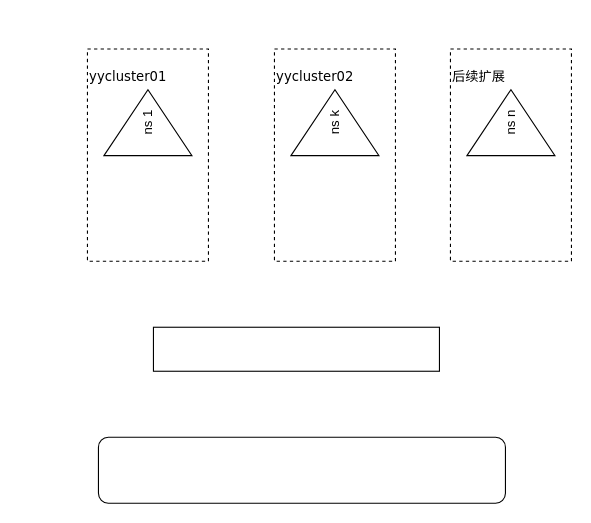
This is dir1/hadoop-hdfs-v1.drawio from liangrui1988/diagrams, a draw.io file, before an edit. Source tidied: cells renumbered, new cells numbered last; positions are measured from the earlier drawing's top-left corner, leaving out a move shared by most shapes. Both pictures are drawn from the tidied source at 110%, with x=0, y=0 at pixel (87, 48).
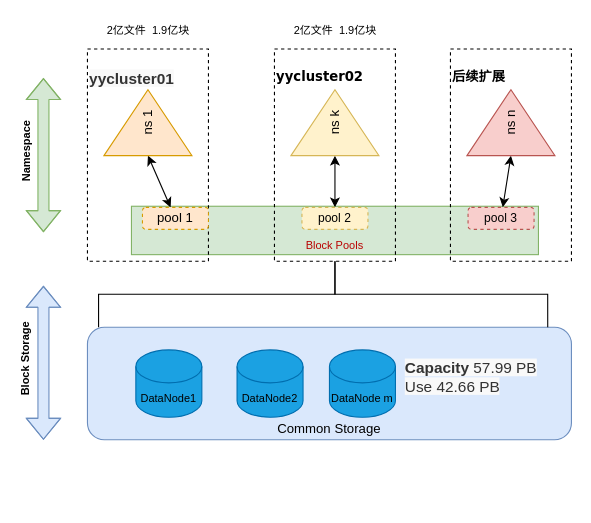
The same page after the edit.

Diff of the diagram source:
```diff
@@
+    <mxCell id="5" value="&lt;font style=&quot;font-size: 10px&quot; color=&quot;rgba(0, 0, 0, 0)&quot;&gt;Block Pools&lt;/font&gt;" style="rounded=0;whiteSpace=wrap;html=1;verticalAlign=bottom;fontSize=10;fillColor=#d5e8d4;strokeColor=#82b366;" parent="1" vertex="1">
+      <mxGeometry x="40" y="143" width="370" height="44" as="geometry" />
+    </mxCell>
-    <mxCell id="2" value="&lt;p style=&quot;line-height: 100%&quot;&gt;&lt;/p&gt;&lt;p style=&quot;&quot;&gt;&lt;font face=&quot;Verdana&quot;&gt;yycluster01&lt;/font&gt;&lt;/p&gt;&lt;p&gt;&lt;/p&gt;" style="rounded=0;whiteSpace=wrap;html=1;dashed=1;fillColor=none;align=left;horizontal=1;verticalAlign=top;" parent="1" vertex="1">
+    <mxCell id="2" value="&lt;p style=&quot;line-height: 100%&quot;&gt;&lt;/p&gt;&lt;p&gt;&lt;span style=&quot;color: rgb(51 , 51 , 51) ; font-family: sans-serif ; font-size: 14px ; background-color: rgb(249 , 249 , 249)&quot;&gt;yycluster01&lt;/span&gt;&lt;br&gt;&lt;/p&gt;&lt;p&gt;&lt;/p&gt;" style="rounded=0;whiteSpace=wrap;html=1;dashed=1;fillColor=none;align=left;horizontal=1;verticalAlign=top;fontStyle=1;" parent="1" vertex="1">
       <mxGeometry width="110" height="193" as="geometry" />
     </mxCell>
+    <mxCell id="11" style="rounded=0;jettySize=auto;html=1;exitX=0;exitY=0.5;exitDx=0;exitDy=0;fontSize=10;endArrow=classic;endFill=1;startArrow=classic;startFill=1;" parent="1" edge="1" source="3" target="15">
+      <mxGeometry relative="1" as="geometry" />
+    </mxCell>
-    <mxCell id="3" value="ns 1" style="triangle;whiteSpace=wrap;html=1;rotation=-90;" parent="1" vertex="1">
+    <mxCell id="3" value="ns 1" style="triangle;whiteSpace=wrap;html=1;rotation=-90;fillColor=#ffe6cc;strokeColor=#d79b00;" parent="1" vertex="1">
       <mxGeometry x="25" y="27" width="60" height="80" as="geometry" />
     </mxCell>
-    <mxCell id="4" style="rounded=1;whiteSpace=wrap;html=1;" parent="1" vertex="1">
-      <mxGeometry x="10" y="353" width="370" height="60" as="geometry" />
+    <mxCell id="4" value="Common Storage" style="rounded=1;whiteSpace=wrap;html=1;verticalAlign=bottom;fillColor=#dae8fc;strokeColor=#6c8ebf;" parent="1" vertex="1">
+      <mxGeometry y="253" width="440" height="102.3" as="geometry" />
     </mxCell>
-    <mxCell id="5" style="rounded=0;whiteSpace=wrap;html=1;" parent="1" vertex="1">
-      <mxGeometry x="60" y="253" width="260" height="40" as="geometry" />
-    </mxCell>
@@
+    <mxCell id="12" style="edgeStyle=orthogonalEdgeStyle;rounded=0;jettySize=auto;html=1;exitX=0.5;exitY=1;exitDx=0;exitDy=0;entryX=0.023;entryY=0;entryDx=0;entryDy=0;entryPerimeter=0;fontSize=10;startArrow=none;startFill=0;endArrow=none;endFill=0;" parent="1" edge="1" source="7" target="4">
+      <mxGeometry relative="1" as="geometry" />
+    </mxCell>
-    <mxCell id="7" value="&lt;p style=&quot;line-height: 100%&quot;&gt;&lt;/p&gt;&lt;p&gt;&lt;font face=&quot;Verdana&quot;&gt;yycluster02&lt;/font&gt;&lt;/p&gt;&lt;p&gt;&lt;/p&gt;" style="rounded=0;whiteSpace=wrap;html=1;dashed=1;fillColor=none;align=left;horizontal=1;verticalAlign=top;" parent="1" vertex="1">
+    <mxCell id="7" value="&lt;p style=&quot;line-height: 100%&quot;&gt;&lt;/p&gt;&lt;p&gt;&lt;font face=&quot;Verdana&quot;&gt;yycluster02&lt;/font&gt;&lt;/p&gt;&lt;p&gt;&lt;/p&gt;" style="rounded=0;whiteSpace=wrap;html=1;dashed=1;fillColor=none;align=left;horizontal=1;verticalAlign=top;fontStyle=1;" parent="1" vertex="1">
       <mxGeometry x="170" width="110" height="193" as="geometry" />
     </mxCell>
+    <mxCell id="13" style="edgeStyle=none;rounded=0;jettySize=auto;html=1;exitX=0;exitY=0.5;exitDx=0;exitDy=0;fontSize=10;startArrow=classic;startFill=1;endArrow=classic;endFill=1;" parent="1" edge="1" source="8" target="16">
+      <mxGeometry relative="1" as="geometry" />
+    </mxCell>
-    <mxCell id="8" value="ns k" style="triangle;whiteSpace=wrap;html=1;rotation=-90;" parent="1" vertex="1">
+    <mxCell id="8" value="ns k" style="triangle;whiteSpace=wrap;html=1;rotation=-90;fillColor=#fff2cc;strokeColor=#d6b656;" parent="1" vertex="1">
       <mxGeometry x="195" y="27" width="60" height="80" as="geometry" />
     </mxCell>
-    <mxCell id="9" value="&lt;p style=&quot;line-height: 100%&quot;&gt;&lt;/p&gt;&lt;p&gt;&lt;font face=&quot;Verdana&quot;&gt;后续扩展&lt;/font&gt;&lt;/p&gt;&lt;p&gt;&lt;/p&gt;" style="rounded=0;whiteSpace=wrap;html=1;dashed=1;fillColor=none;align=left;horizontal=1;verticalAlign=top;" parent="1" vertex="1">
+    <mxCell id="9" value="&lt;p style=&quot;line-height: 100%&quot;&gt;&lt;/p&gt;&lt;p&gt;&lt;font face=&quot;Verdana&quot;&gt;后续扩展&lt;/font&gt;&lt;/p&gt;&lt;p&gt;&lt;/p&gt;" style="rounded=0;whiteSpace=wrap;html=1;dashed=1;fillColor=none;align=left;horizontal=1;verticalAlign=top;fontStyle=1;" parent="1" vertex="1">
       <mxGeometry x="330" width="110" height="193" as="geometry" />
     </mxCell>
+    <mxCell id="14" style="edgeStyle=none;rounded=0;jettySize=auto;html=1;exitX=0;exitY=0.5;exitDx=0;exitDy=0;fontSize=10;startArrow=classic;startFill=1;endArrow=classic;endFill=1;" parent="1" edge="1" source="10" target="17">
+      <mxGeometry relative="1" as="geometry" />
+    </mxCell>
-    <mxCell id="10" value="ns n" style="triangle;whiteSpace=wrap;html=1;rotation=-90;" parent="1" vertex="1">
+    <mxCell id="10" value="ns n" style="triangle;whiteSpace=wrap;html=1;rotation=-90;fillColor=#f8cecc;strokeColor=#b85450;" parent="1" vertex="1">
       <mxGeometry x="355" y="27" width="60" height="80" as="geometry" />
     </mxCell>
+    <mxCell id="15" value="pool 1" style="rounded=1;whiteSpace=wrap;html=1;dashed=1;fillColor=#ffe6cc;align=center;strokeColor=#d79b00;" parent="1" vertex="1">
+      <mxGeometry x="50" y="144" width="60" height="20" as="geometry" />
+    </mxCell>
+    <mxCell id="16" value="&lt;font style=&quot;font-size: 11px&quot;&gt;pool 2&lt;/font&gt;" style="rounded=1;whiteSpace=wrap;html=1;dashed=1;fillColor=#fff2cc;align=center;fontSize=10;strokeColor=#d6b656;" parent="1" vertex="1">
+      <mxGeometry x="195" y="144" width="60" height="20" as="geometry" />
+    </mxCell>
+    <mxCell id="17" value="&lt;font style=&quot;font-size: 11px&quot;&gt;pool 3&lt;/font&gt;" style="rounded=1;whiteSpace=wrap;html=1;dashed=1;fillColor=#f8cecc;align=center;fontSize=10;strokeColor=#b85450;" parent="1" vertex="1">
+      <mxGeometry x="346" y="144" width="60" height="20" as="geometry" />
+    </mxCell>
+    <mxCell id="18" value="Namespace" style="shape=flexArrow;endArrow=classic;startArrow=classic;html=1;fontSize=10;verticalAlign=bottom;horizontal=0;spacingTop=10;spacingRight=20;fillColor=#d5e8d4;strokeColor=#82b366;fontStyle=1;" parent="1" edge="1">
+      <mxGeometry relative="1" as="geometry">
+        <mxPoint x="-40" y="166.5" as="sourcePoint" />
+        <mxPoint x="-40" y="26.5" as="targetPoint" />
+        <Array as="points">
+          <mxPoint x="-40" y="93" />
+        </Array>
+      </mxGeometry>
+    </mxCell>
+    <mxCell id="19" value="DataNode1" style="shape=cylinder3;whiteSpace=wrap;html=1;boundedLbl=1;backgroundOutline=1;size=15;fontSize=10;fillColor=#1ba1e2;align=center;strokeColor=#006EAF;" parent="1" vertex="1">
+      <mxGeometry x="44" y="273.6" width="60" height="61.2" as="geometry" />
+    </mxCell>
+    <mxCell id="20" style="edgeStyle=orthogonalEdgeStyle;rounded=0;jettySize=auto;html=1;exitX=0.5;exitY=1;exitDx=0;exitDy=0;entryX=0.951;entryY=0;entryDx=0;entryDy=0;entryPerimeter=0;fontSize=10;startArrow=none;startFill=0;endArrow=none;endFill=0;" parent="1" edge="1" source="7" target="4">
+      <mxGeometry relative="1" as="geometry" />
+    </mxCell>
+    <mxCell id="21" value="DataNode m" style="shape=cylinder3;whiteSpace=wrap;html=1;boundedLbl=1;backgroundOutline=1;size=15;fontSize=10;fillColor=#1ba1e2;align=center;strokeColor=#006EAF;" parent="1" vertex="1">
+      <mxGeometry x="220" y="273.6" width="60" height="61.2" as="geometry" />
+    </mxCell>
+    <mxCell id="22" value="DataNode2" style="shape=cylinder3;whiteSpace=wrap;html=1;boundedLbl=1;backgroundOutline=1;size=15;fontSize=10;fillColor=#1ba1e2;align=center;strokeColor=#006EAF;" parent="1" vertex="1">
+      <mxGeometry x="136" y="273.6" width="60" height="61.2" as="geometry" />
+    </mxCell>
+    <mxCell id="23" value="Block Storage" style="shape=flexArrow;endArrow=classic;startArrow=classic;html=1;fontSize=10;verticalAlign=bottom;horizontal=0;spacingTop=10;spacingRight=20;fillColor=#dae8fc;strokeColor=#6c8ebf;fontStyle=1;" parent="1" edge="1">
+      <mxGeometry relative="1" as="geometry">
+        <mxPoint x="-40" y="355.3" as="sourcePoint" />
+        <mxPoint x="-40" y="215.3" as="targetPoint" />
+        <Array as="points">
+          <mxPoint x="-40" y="281.8" />
+        </Array>
+      </mxGeometry>
+    </mxCell>
+    <mxCell id="24" value="&lt;span style=&quot;color: rgb(51 , 51 , 51) ; font-family: sans-serif ; font-size: 14px ; font-weight: 700 ; background-color: rgb(249 , 249 , 249)&quot;&gt;Capacity&amp;nbsp;&lt;/span&gt;&lt;span style=&quot;color: rgb(51 , 51 , 51) ; font-family: sans-serif ; font-size: 14px ; background-color: rgb(249 , 249 , 249)&quot;&gt;57.99 PB&lt;br&gt;Use 42.66 PB&lt;br&gt;&lt;/span&gt;" style="text;html=1;align=left;verticalAlign=middle;strokeColor=none;fontSize=10;" parent="1" vertex="1">
+      <mxGeometry x="287" y="283" width="140" height="30" as="geometry" />
+    </mxCell>
+    <mxCell id="25" value="2亿文件&amp;nbsp; 1.9亿块" style="text;html=1;align=center;verticalAlign=middle;strokeColor=none;fontSize=10;" parent="1" vertex="1">
+      <mxGeometry y="-27" width="110" height="20" as="geometry" />
+    </mxCell>
+    <mxCell id="26" value="2亿文件&amp;nbsp; 1.9亿块" style="text;html=1;align=center;verticalAlign=middle;strokeColor=none;fontSize=10;" parent="1" vertex="1">
+      <mxGeometry x="170" y="-27" width="110" height="20" as="geometry" />
+    </mxCell>
```
